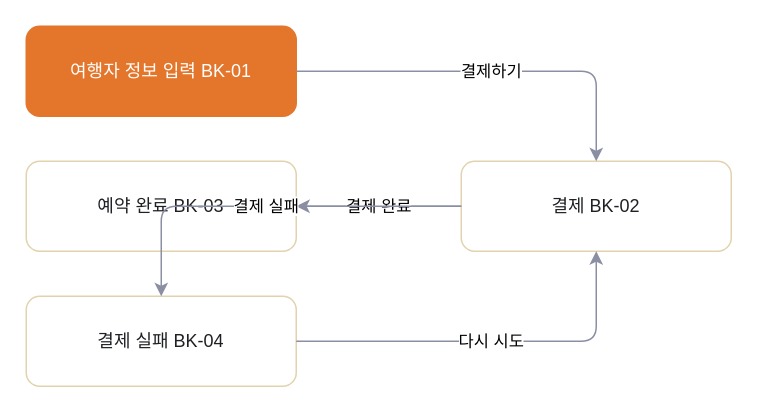
This is page "BK 예약·결제" (4 of 7) of 판매용_템플릿/_판매팩/여행_디럭스/05_FLOW_흐름도.drawio from hyunplanb-cyber/ia-generation-platform, a draw.io file, before an edit. Source tidied: cells renumbered, new cells numbered last; positions are measured from the earlier drawing's top-left corner, leaving out a move shared by most shapes. Both pictures are drawn from the tidied source at 150%, with x=0, y=0 at pixel (26, 26).
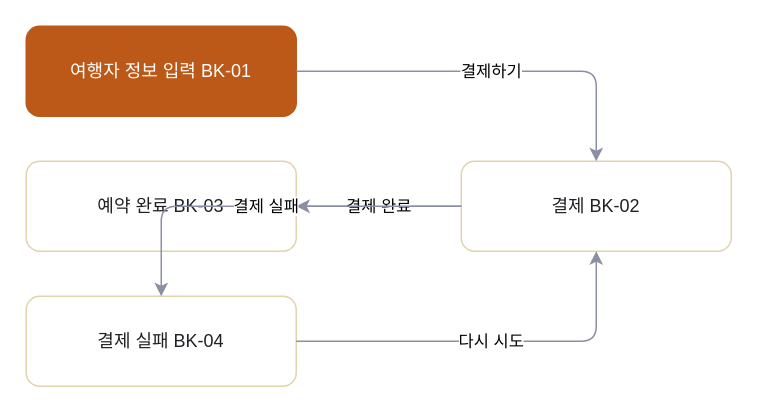
After the change.

Change to the diagram source:
```diff
@@
 <mxGraphModel>
   <root>
     <mxCell id="0" />
     <mxCell id="1" parent="0" />
-    <mxCell id="2" value="여행자 정보 입력 BK-01" style="rounded=1;whiteSpace=wrap;html=1;fillColor=#E4762C;strokeColor=#E4762C;fontColor=#FFFFFF;" parent="1" vertex="1">
+    <mxCell id="2" value="여행자 정보 입력 BK-01" style="rounded=1;whiteSpace=wrap;html=1;fillColor=#BC5918;strokeColor=#BC5918;fontColor=#FFFFFF;" parent="1" vertex="1">
       <mxGeometry width="180" height="60" as="geometry" />
     </mxCell>
     <mxCell id="3" value="결제 BK-02" style="rounded=1;whiteSpace=wrap;html=1;fillColor=#FFFFFF;strokeColor=#E2D3AE;fontColor=#1F2024;" parent="1" vertex="1">
       <mxGeometry x="290" y="90" width="180" height="60" as="geometry" />
     </mxCell>
     <mxCell id="4" value="예약 완료 BK-03" style="rounded=1;whiteSpace=wrap;html=1;fillColor=#FFFFFF;strokeColor=#E2D3AE;fontColor=#1F2024;" parent="1" vertex="1">
       <mxGeometry y="90" width="180" height="60" as="geometry" />
     </mxCell>
     <mxCell id="5" value="결제 실패 BK-04" style="rounded=1;whiteSpace=wrap;html=1;fillColor=#FFFFFF;strokeColor=#E2D3AE;fontColor=#1F2024;" parent="1" vertex="1">
       <mxGeometry y="180" width="180" height="60" as="geometry" />
     </mxCell>
     <mxCell id="6" value="결제하기" style="edgeStyle=orthogonalEdgeStyle;rounded=1;html=1;strokeColor=#8B8FA3;" parent="1" edge="1" source="2" target="3">
       <mxGeometry relative="1" as="geometry" />
     </mxCell>
     <mxCell id="7" value="결제 완료" style="edgeStyle=orthogonalEdgeStyle;rounded=1;html=1;strokeColor=#8B8FA3;" parent="1" edge="1" source="3" target="4">
       <mxGeometry relative="1" as="geometry" />
     </mxCell>
     <mxCell id="8" value="결제 실패" style="edgeStyle=orthogonalEdgeStyle;rounded=1;html=1;strokeColor=#8B8FA3;" parent="1" edge="1" source="3" target="5">
       <mxGeometry relative="1" as="geometry" />
     </mxCell>
     <mxCell id="9" value="다시 시도" style="edgeStyle=orthogonalEdgeStyle;rounded=1;html=1;strokeColor=#8B8FA3;" parent="1" edge="1" source="5" target="3">
       <mxGeometry relative="1" as="geometry" />
     </mxCell>
   </root>
 </mxGraphModel>
```
